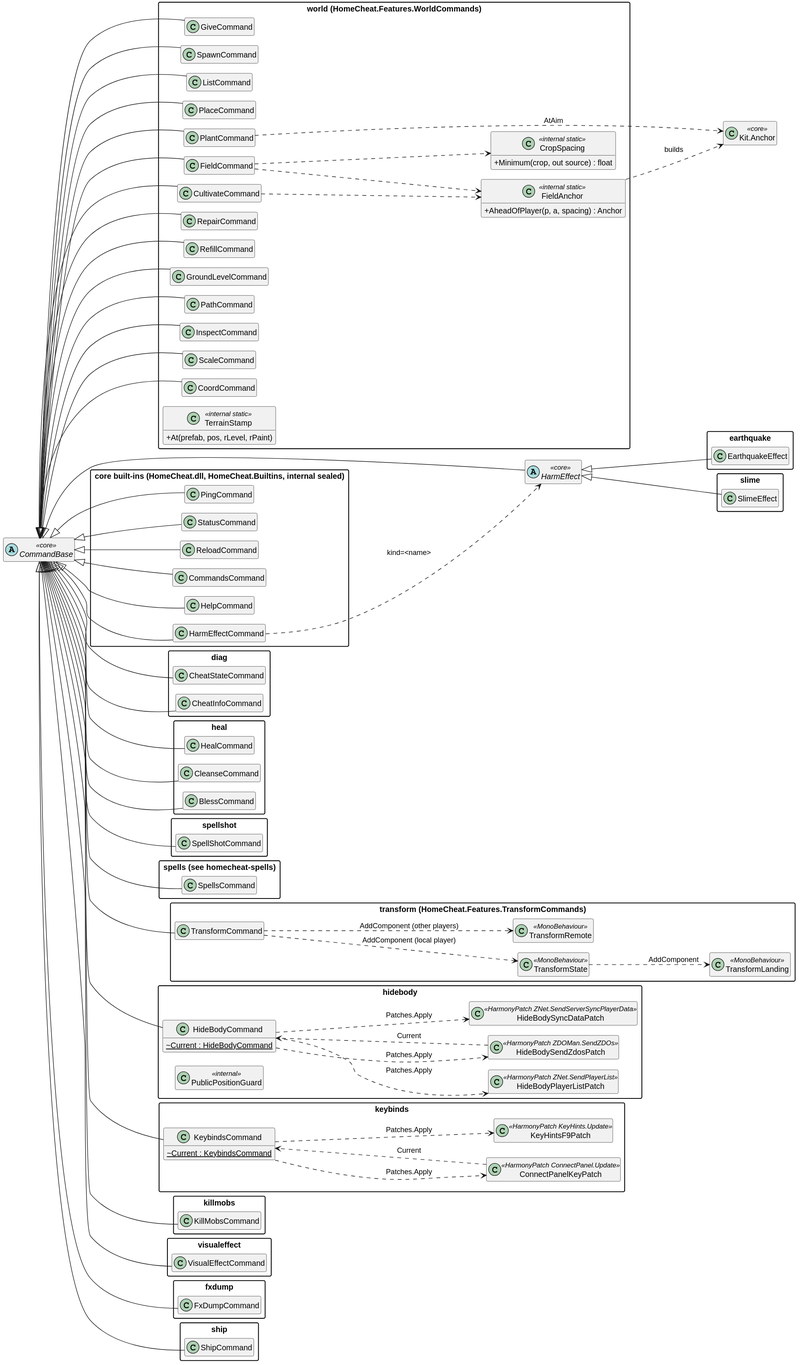
This is docs/diagrams/homecheat-features.svg from Maksym-Denysiuk/ValheimMods, a PlantUML export, as it was before one commit.
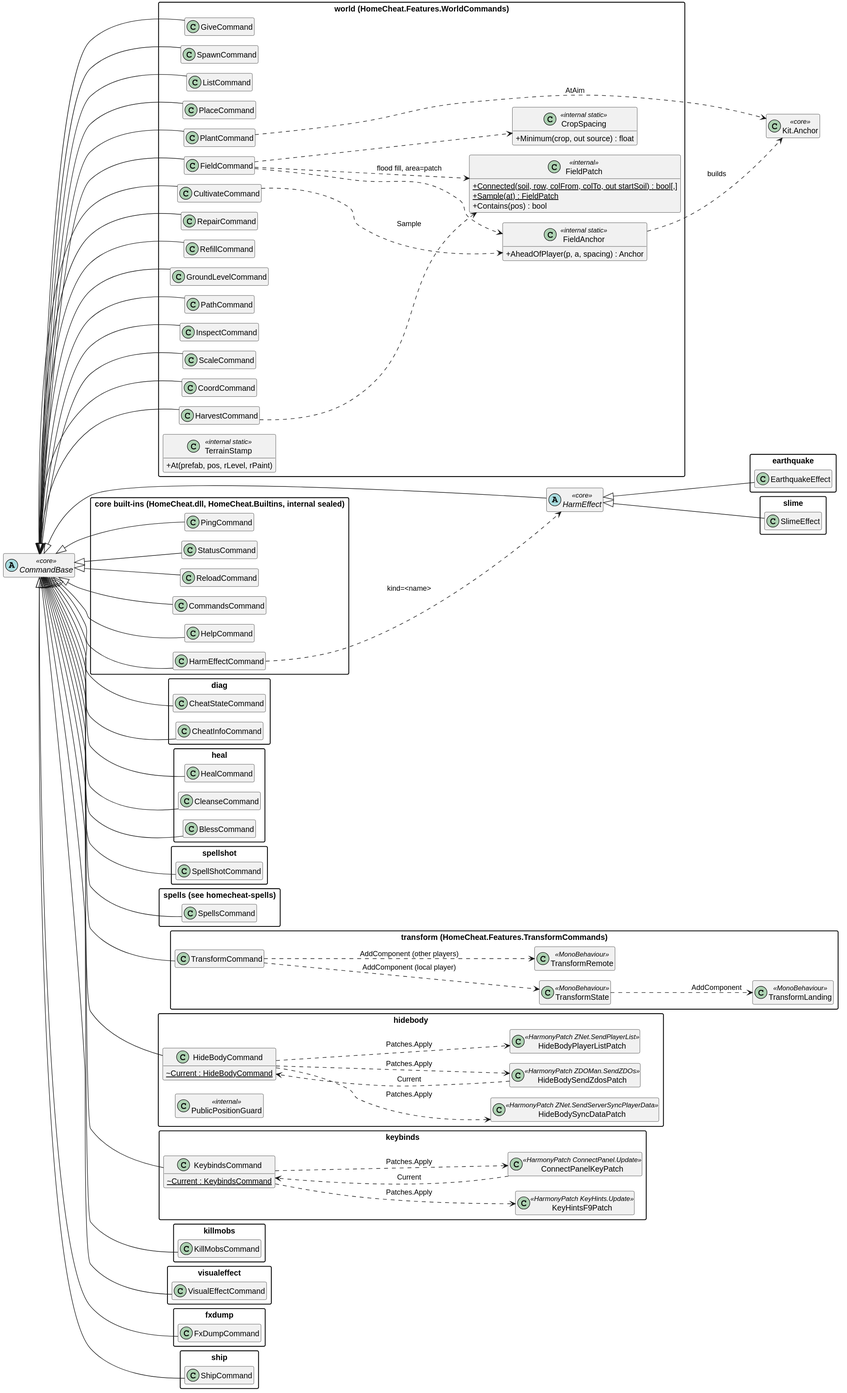
The same diagram one commit later.

Commit message:
Docs: cultivate/field area=, harvest, FieldPatch; spells 7.6-7.8 real forms; world build (W2-world-field)

Change to the diagram source:
```diff
@@ -42,11 +42,17 @@
   class InspectCommand
   class ScaleCommand
   class CoordCommand
+  class HarvestCommand
   class FieldAnchor <<internal static>> {
     +AheadOfPlayer(p, a, spacing) : Anchor
   }
   class CropSpacing <<internal static>> {
     +Minimum(crop, out source) : float
+  }
+  class FieldPatch <<internal>> {
+    +{static} Connected(soil, row, colFrom, colTo, out startSoil) : bool[,]
+    +{static} Sample(at) : FieldPatch
+    +Contains(pos) : bool
   }
   class TerrainStamp <<internal static>> {
     +At(prefab, pos, rLevel, rPaint)
@@ -125,6 +131,7 @@
 CommandBase <|-- InspectCommand
 CommandBase <|-- ScaleCommand
 CommandBase <|-- CoordCommand
+CommandBase <|-- HarvestCommand
 CommandBase <|-- CheatStateCommand
 CommandBase <|-- CheatInfoCommand
 CommandBase <|-- HealCommand
@@ -145,6 +152,8 @@
 FieldCommand ..> FieldAnchor
 CultivateCommand ..> FieldAnchor
 FieldCommand ..> CropSpacing
+FieldCommand ..> FieldPatch : flood fill, area=patch
+HarvestCommand ..> FieldPatch : Sample
 FieldAnchor ..> KitAnchor : builds
 PlantCommand ..> KitAnchor : AtAim
 TransformCommand ..> TransformState : AddComponent (local player)
```
